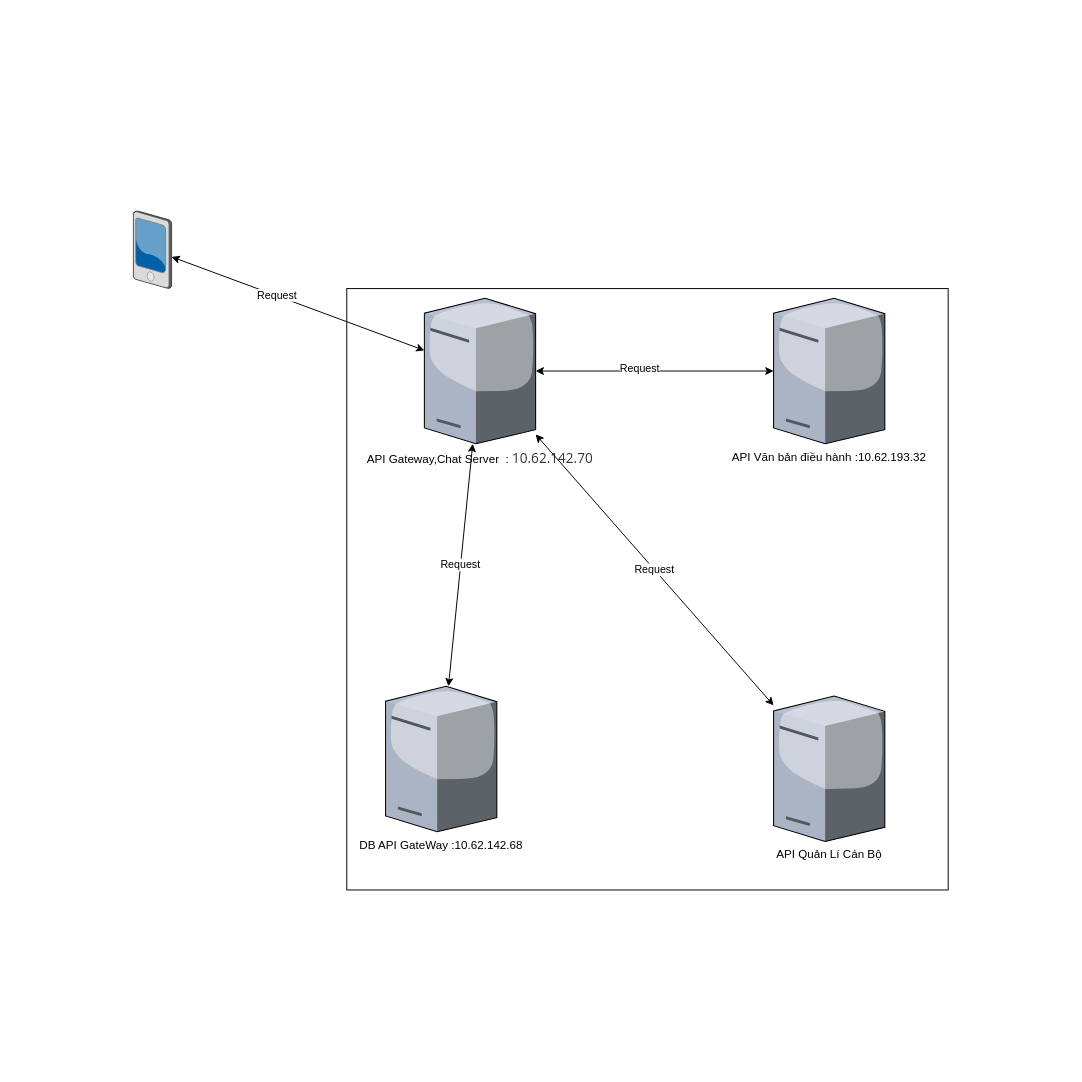
Earlier version of the draw.io diagram Untitled Diagram.drawio (quydq/SocketServer). Source tidied: cells renumbered, new cells numbered last; positions are measured from the earlier drawing's top-left corner, leaving out a move shared by most shapes. Both pictures are drawn from the tidied source at 97%, with x=0, y=0 at pixel (133, 210).
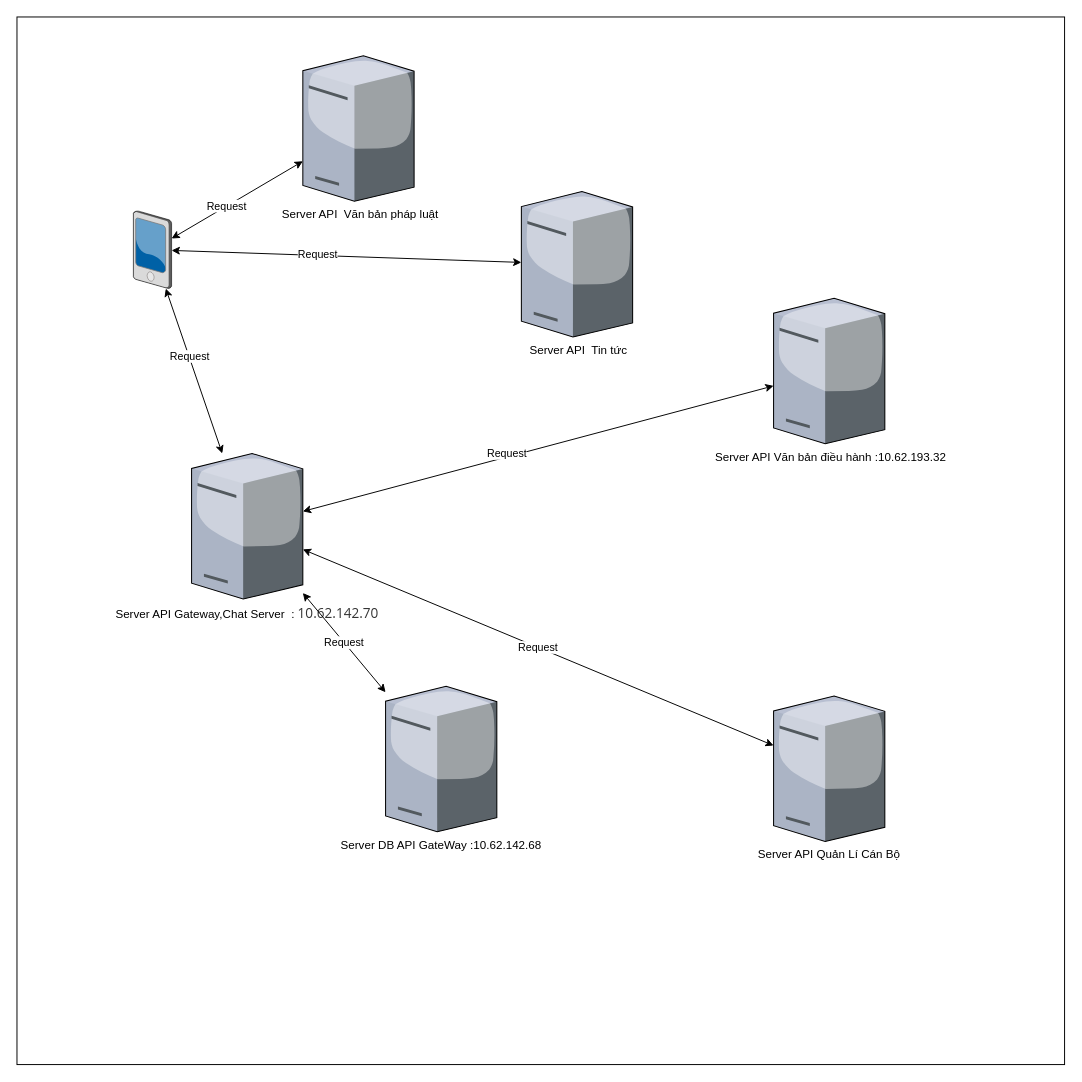
The same diagram, later.

Unchanged cells that the change refers to:
```xml
<mxCell id="3" style="verticalLabelPosition=bottom;html=1;verticalAlign=top;strokeColor=none;align=center;outlineConnect=0;shape=mxgraph.citrix.pda;" parent="1" vertex="1">
  <mxGeometry width="39.4" height="80" as="geometry" />
</mxCell>
```

Diff of the diagram source:
```diff
@@
     <mxCell id="2" style="whiteSpace=wrap;html=1;" parent="1" vertex="1">
-      <mxGeometry x="220" y="80" width="620" height="620" as="geometry" />
+      <mxGeometry x="-120" y="-200" width="1080" height="1080" as="geometry" />
     </mxCell>
@@
-    <mxCell id="4" value="API Gateway,Chat Server&amp;nbsp; :&amp;nbsp;&lt;span style=&quot;color: rgb(51 , 51 , 51) ; font-family: &amp;#34;open sans&amp;#34; ; background-color: rgb(255 , 255 , 255)&quot;&gt;&lt;font style=&quot;font-size: 14px&quot;&gt;10.62.142.70&lt;/font&gt;&lt;/span&gt;" style="verticalLabelPosition=bottom;html=1;verticalAlign=top;strokeColor=none;align=center;outlineConnect=0;shape=mxgraph.citrix.license_server;" parent="1" vertex="1">
-      <mxGeometry x="300" y="90" width="114.7" height="150" as="geometry" />
+    <mxCell id="4" value="Server API Gateway,Chat Server&amp;nbsp; :&amp;nbsp;&lt;span style=&quot;color: rgb(51 , 51 , 51) ; font-family: &amp;#34;open sans&amp;#34; ; background-color: rgb(255 , 255 , 255)&quot;&gt;&lt;font style=&quot;font-size: 14px&quot;&gt;10.62.142.70&lt;/font&gt;&lt;/span&gt;" style="verticalLabelPosition=bottom;html=1;verticalAlign=top;strokeColor=none;align=center;outlineConnect=0;shape=mxgraph.citrix.license_server;" parent="1" vertex="1">
+      <mxGeometry x="60" y="250" width="114.7" height="150" as="geometry" />
     </mxCell>
-    <mxCell id="5" value="DB API GateWay :10.62.142.68" style="verticalLabelPosition=bottom;html=1;verticalAlign=top;strokeColor=none;align=center;outlineConnect=0;shape=mxgraph.citrix.license_server;" parent="1" vertex="1">
+    <mxCell id="5" value="Server DB API GateWay :10.62.142.68" style="verticalLabelPosition=bottom;html=1;verticalAlign=top;strokeColor=none;align=center;outlineConnect=0;shape=mxgraph.citrix.license_server;" parent="1" vertex="1">
       <mxGeometry x="260" y="490" width="114.7" height="150" as="geometry" />
     </mxCell>
-    <mxCell id="6" value="API Văn bản điều hành :&lt;span&gt;10.62.193.32&lt;/span&gt;&lt;div&gt;&lt;br&gt;&lt;/div&gt;&lt;div&gt;&lt;br&gt;&lt;/div&gt;" style="verticalLabelPosition=bottom;html=1;verticalAlign=top;strokeColor=none;align=center;outlineConnect=0;shape=mxgraph.citrix.license_server;" parent="1" vertex="1">
+    <mxCell id="6" value="&amp;nbsp;Server API Văn bản điều hành :&lt;span&gt;10.62.193.32&lt;/span&gt;&lt;div&gt;&lt;br&gt;&lt;/div&gt;&lt;div&gt;&lt;br&gt;&lt;/div&gt;" style="verticalLabelPosition=bottom;html=1;verticalAlign=top;strokeColor=none;align=center;outlineConnect=0;shape=mxgraph.citrix.license_server;" parent="1" vertex="1">
       <mxGeometry x="660" y="90" width="114.7" height="150" as="geometry" />
     </mxCell>
-    <mxCell id="7" value="API Quản Lí Cán Bộ" style="verticalLabelPosition=bottom;html=1;verticalAlign=top;strokeColor=none;align=center;outlineConnect=0;shape=mxgraph.citrix.license_server;" parent="1" vertex="1">
+    <mxCell id="7" value="Server API Quản Lí Cán Bộ" style="verticalLabelPosition=bottom;html=1;verticalAlign=top;strokeColor=none;align=center;outlineConnect=0;shape=mxgraph.citrix.license_server;" parent="1" vertex="1">
       <mxGeometry x="660" y="500" width="114.7" height="150" as="geometry" />
     </mxCell>
@@
+    <mxCell id="14" value="&amp;nbsp;Server API&amp;nbsp; Văn bản pháp luật&lt;div&gt;&lt;br&gt;&lt;/div&gt;&lt;div&gt;&lt;br&gt;&lt;/div&gt;" style="verticalLabelPosition=bottom;html=1;verticalAlign=top;strokeColor=none;align=center;outlineConnect=0;shape=mxgraph.citrix.license_server;" parent="1" vertex="1">
+      <mxGeometry x="174.7" y="-160" width="114.7" height="150" as="geometry" />
+    </mxCell>
+    <mxCell id="15" value="&amp;nbsp;Server API&amp;nbsp; Tin tức&lt;div&gt;&lt;br&gt;&lt;/div&gt;&lt;div&gt;&lt;br&gt;&lt;/div&gt;" style="verticalLabelPosition=bottom;html=1;verticalAlign=top;strokeColor=none;align=center;outlineConnect=0;shape=mxgraph.citrix.license_server;" parent="1" vertex="1">
+      <mxGeometry x="400" y="-20" width="114.7" height="150" as="geometry" />
+    </mxCell>
+    <mxCell id="16" style="endArrow=classic;startArrow=classic;html=1;" parent="1" edge="1" source="14" target="3">
+      <mxGeometry relative="1" as="geometry" />
+    </mxCell>
+    <mxCell id="17" value="Request" style="edgeLabel;html=1;align=center;verticalAlign=middle;" parent="16" vertex="1">
+      <mxGeometry x="0.17" relative="1" as="geometry">
+        <mxPoint y="-1" as="offset" />
+      </mxGeometry>
+    </mxCell>
+    <mxCell id="18" style="endArrow=classic;startArrow=classic;html=1;" parent="1" edge="1" source="15" target="3">
+      <mxGeometry relative="1" as="geometry" />
+    </mxCell>
+    <mxCell id="19" value="Request" style="edgeLabel;html=1;align=center;verticalAlign=middle;" parent="18" vertex="1">
+      <mxGeometry x="0.17" relative="1" as="geometry">
+        <mxPoint y="-1" as="offset" />
+      </mxGeometry>
+    </mxCell>
```
